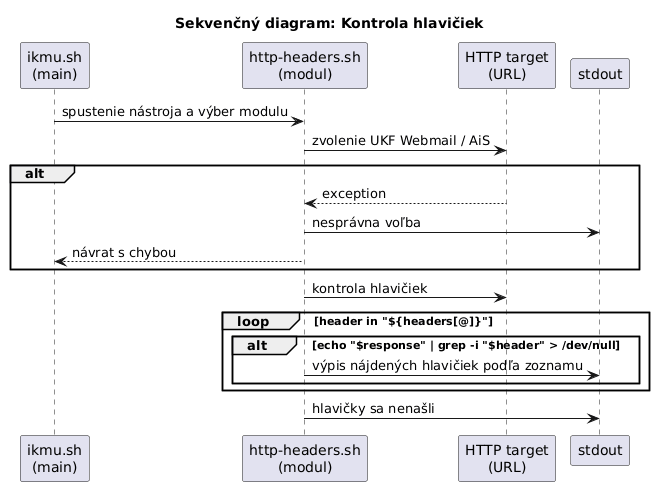
Above: diagrams/sequence_diagram_http_headers.png in majohlavacka/Diplomova-praca (PlantUML), before the change.
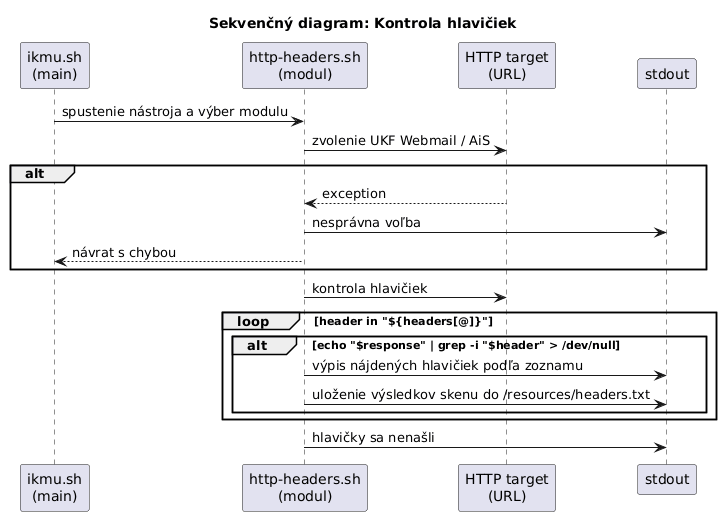
After the change.

What changed in the source:
```diff
@@ -22,6 +22,7 @@
 loop header in "${headers[@]}"
   alt echo "$response" | grep -i "$header" > /dev/null
     Modul -> Console : výpis nájdených hlavičiek podľa zoznamu
+    Modul -> Console : uloženie výsledkov skenu do /resources/headers.txt
   end
 end
 
```
